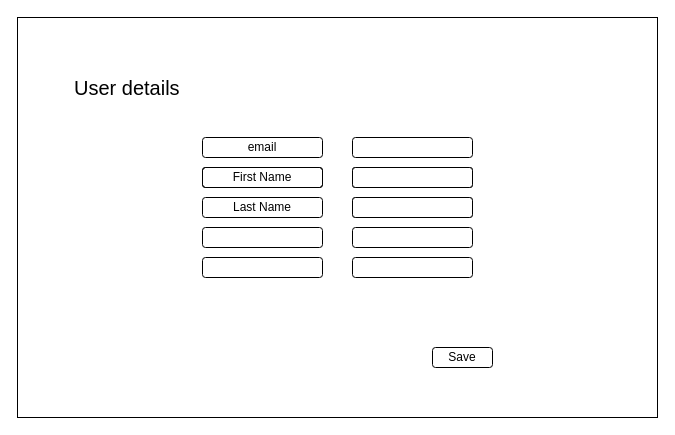
Earlier version of the draw.io diagram UserProfile_page.drawio (malshan1998/draw.io). Source tidied: cells renumbered, new cells numbered last; positions are measured from the earlier drawing's top-left corner, leaving out a move shared by most shapes. Both pictures are drawn from the tidied source at 100%, with x=0, y=0 at pixel (17, 17).
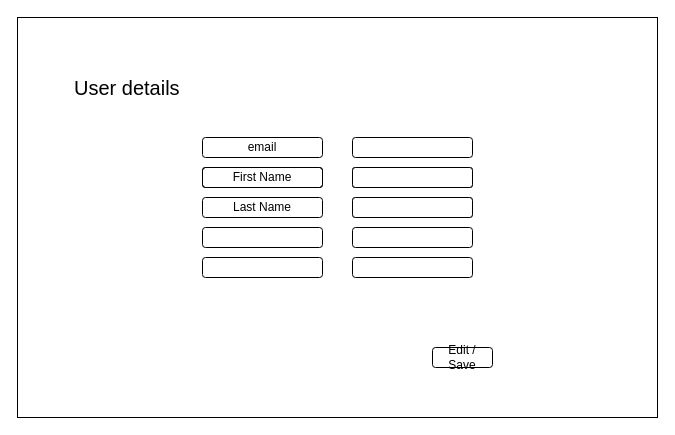
The same diagram, later.

Change to the diagram source:
```diff
@@
 <mxGraphModel>
   <root>
     <mxCell id="0" />
     <mxCell id="1" parent="0" />
     <mxCell id="2" style="rounded=0;whiteSpace=wrap;html=1;fillColor=none;" parent="1" vertex="1">
       <mxGeometry width="640" height="400" as="geometry" />
     </mxCell>
     <mxCell id="3" style="rounded=1;whiteSpace=wrap;html=1;" parent="1" vertex="1">
       <mxGeometry x="335" y="120" width="120" height="20" as="geometry" />
     </mxCell>
     <mxCell id="4" style="rounded=1;whiteSpace=wrap;html=1;align=left;" parent="1" vertex="1">
       <mxGeometry x="335" y="150" width="120" height="20" as="geometry" />
     </mxCell>
     <mxCell id="5" style="rounded=1;whiteSpace=wrap;html=1;align=left;" parent="1" vertex="1">
       <mxGeometry x="335" y="180" width="120" height="20" as="geometry" />
     </mxCell>
     <mxCell id="6" value="User details" style="rounded=0;whiteSpace=wrap;html=1;fillColor=none;strokeColor=none;fontSize=20;align=left;" parent="1" vertex="1">
       <mxGeometry x="55" y="40" width="190" height="60" as="geometry" />
     </mxCell>
     <mxCell id="7" style="rounded=1;whiteSpace=wrap;html=1;fillColor=none;" parent="1" vertex="1">
       <mxGeometry x="185" y="150" width="120" height="20" as="geometry" />
     </mxCell>
     <mxCell id="8" value="Last Name" style="rounded=1;whiteSpace=wrap;html=1;fillColor=none;" parent="1" vertex="1">
       <mxGeometry x="185" y="180" width="120" height="20" as="geometry" />
     </mxCell>
     <mxCell id="9" value="email" style="rounded=1;whiteSpace=wrap;html=1;fillColor=none;" parent="1" vertex="1">
       <mxGeometry x="185" y="120" width="120" height="20" as="geometry" />
     </mxCell>
     <mxCell id="10" value="First Name" style="rounded=1;whiteSpace=wrap;html=1;fillColor=none;" parent="1" vertex="1">
       <mxGeometry x="185" y="150" width="120" height="20" as="geometry" />
     </mxCell>
     <mxCell id="11" style="rounded=1;whiteSpace=wrap;html=1;align=left;" parent="1" vertex="1">
       <mxGeometry x="335" y="150" width="120" height="20" as="geometry" />
     </mxCell>
     <mxCell id="12" style="rounded=1;whiteSpace=wrap;html=1;align=left;" parent="1" vertex="1">
       <mxGeometry x="335" y="180" width="120" height="20" as="geometry" />
     </mxCell>
     <mxCell id="13" style="rounded=1;whiteSpace=wrap;html=1;align=left;" parent="1" vertex="1">
       <mxGeometry x="335" y="150" width="120" height="20" as="geometry" />
     </mxCell>
     <mxCell id="14" style="rounded=1;whiteSpace=wrap;html=1;fillColor=none;" parent="1" vertex="1">
       <mxGeometry x="185" y="240" width="120" height="20" as="geometry" />
     </mxCell>
     <mxCell id="15" style="rounded=1;whiteSpace=wrap;html=1;fillColor=none;" parent="1" vertex="1">
       <mxGeometry x="185" y="210" width="120" height="20" as="geometry" />
     </mxCell>
     <mxCell id="16" style="rounded=1;whiteSpace=wrap;html=1;align=left;" parent="1" vertex="1">
       <mxGeometry x="335" y="240" width="120" height="20" as="geometry" />
     </mxCell>
     <mxCell id="17" style="rounded=1;whiteSpace=wrap;html=1;align=left;" parent="1" vertex="1">
       <mxGeometry x="335" y="210" width="120" height="20" as="geometry" />
     </mxCell>
-    <mxCell id="18" value="Save" style="rounded=1;whiteSpace=wrap;html=1;fillColor=none;" parent="1" vertex="1">
+    <mxCell id="18" value="Edit / Save" style="rounded=1;whiteSpace=wrap;html=1;fillColor=none;" parent="1" vertex="1">
       <mxGeometry x="415" y="330" width="60" height="20" as="geometry" />
     </mxCell>
   </root>
 </mxGraphModel>
```
